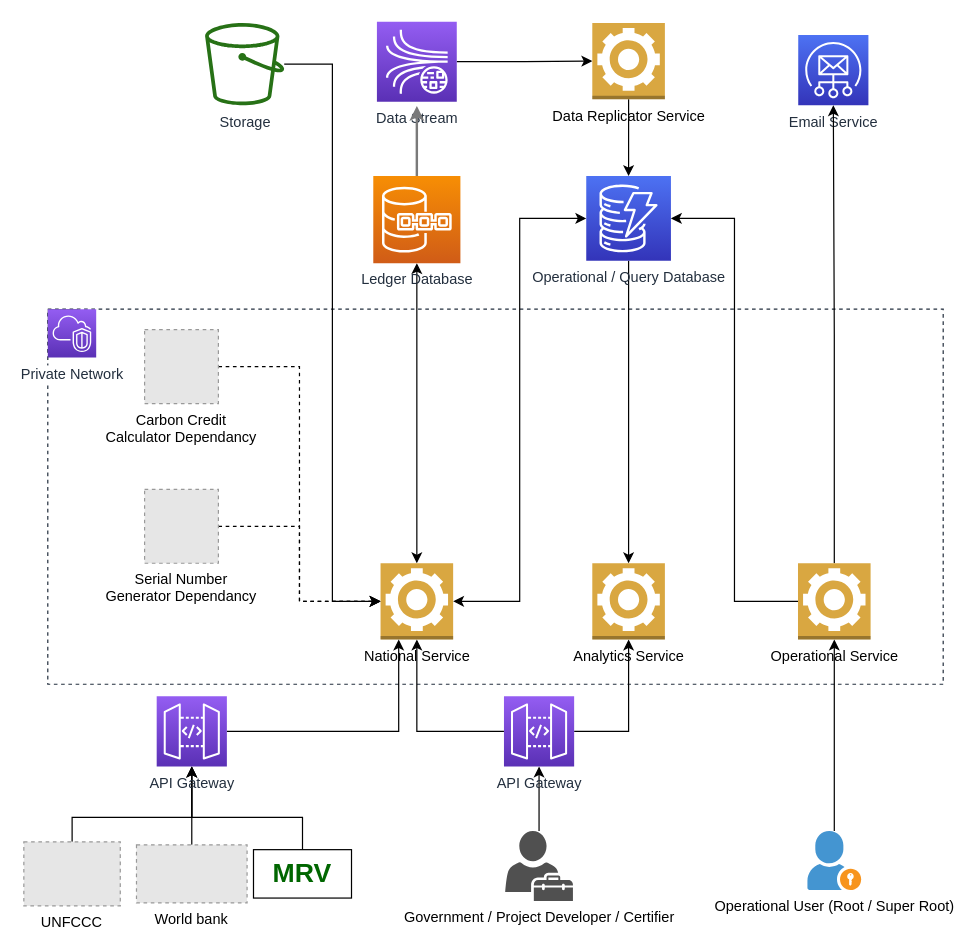
Earlier version of the draw.io diagram page "System Architecture" (1 of 2) of documention/Carbon Registry Architecture.drawio (undp/carbon-registry). Source tidied: cells renumbered, new cells numbered last; positions are measured from the earlier drawing's top-left corner, leaving out a move shared by most shapes. Both pictures are drawn from the tidied source at 121%, with x=0, y=0 at pixel (23, 21). Pictures stored in the file or linked from it are replaced by grey dashed boxes.
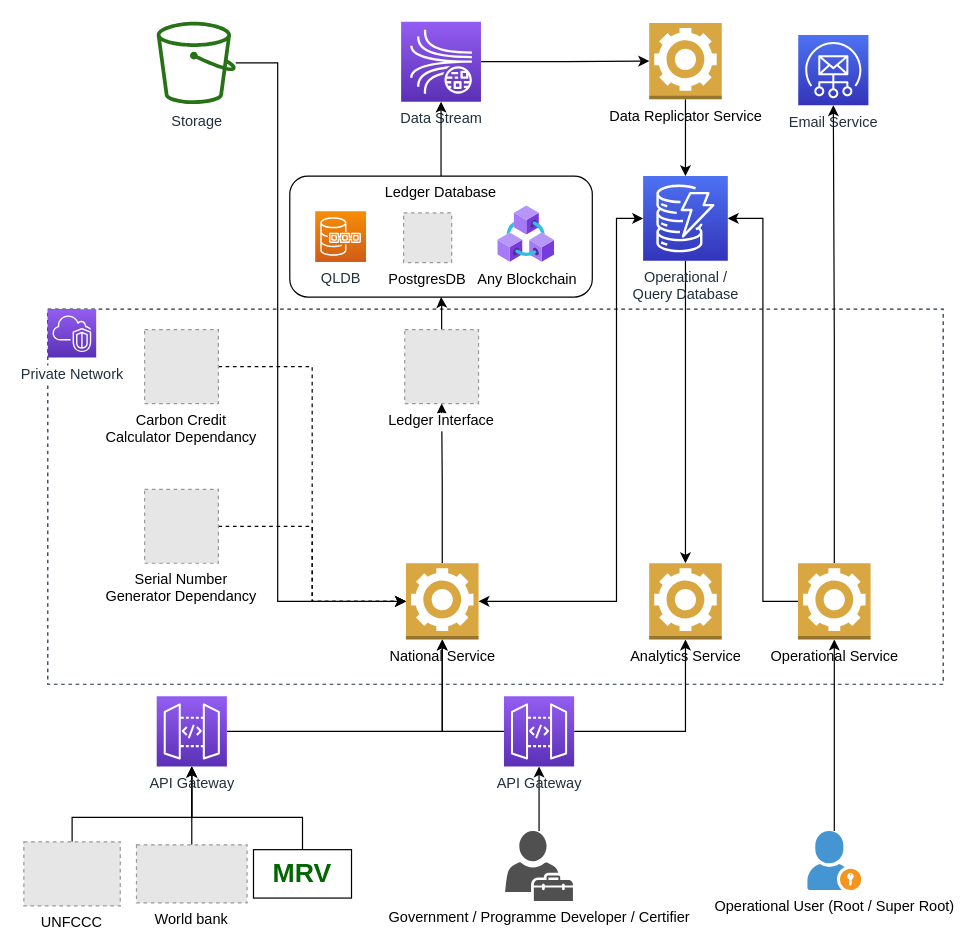
After the change.

The change refers to these unchanged cells:
```xml
<mxCell id="40" value="API Gateway" style="sketch=0;points=[[0,0,0],[0.25,0,0],[0.5,0,0],[0.75,0,0],[1,0,0],[0,1,0],[0.25,1,0],[0.5,1,0],[0.75,1,0],[1,1,0],[0,0.25,0],[0,0.5,0],[0,0.75,0],[1,0.25,0],[1,0.5,0],[1,0.75,0]];outlineConnect=0;fontColor=#232F3E;gradientColor=#945DF2;gradientDirection=north;fillColor=#5A30B5;strokeColor=#ffffff;dashed=0;verticalLabelPosition=bottom;verticalAlign=top;align=center;html=1;fontSize=12;fontStyle=0;shape=mxgraph.aws4.resourceIcon;resIcon=mxgraph.aws4.api_gateway;" parent="1" vertex="1">
  <mxGeometry x="110" y="558" width="58" height="58" as="geometry" />
</mxCell>
```

What changed in the source:
```diff
@@
+    <mxCell id="41" value="Ledger Database" style="rounded=1;whiteSpace=wrap;html=1;verticalAlign=top;" parent="1" vertex="1">
+      <mxGeometry x="220" y="128" width="250" height="100" as="geometry" />
+    </mxCell>
@@
     <mxCell id="4" value="Data Stream" style="sketch=0;points=[[0,0,0],[0.25,0,0],[0.5,0,0],[0.75,0,0],[1,0,0],[0,1,0],[0.25,1,0],[0.5,1,0],[0.75,1,0],[1,1,0],[0,0.25,0],[0,0.5,0],[0,0.75,0],[1,0.25,0],[1,0.5,0],[1,0.75,0]];outlineConnect=0;fontColor=#232F3E;gradientColor=#945DF2;gradientDirection=north;fillColor=#5A30B5;strokeColor=#ffffff;dashed=0;verticalLabelPosition=bottom;verticalAlign=top;align=center;html=1;fontSize=12;fontStyle=0;shape=mxgraph.aws4.resourceIcon;resIcon=mxgraph.aws4.kinesis_data_streams;strokeWidth=1;" parent="1" vertex="1">
-      <mxGeometry x="292" y="0.5" width="66" height="66" as="geometry" />
+      <mxGeometry x="312" y="0.5" width="66" height="66" as="geometry" />
     </mxCell>
-    <mxCell id="5" style="edgeStyle=orthogonalEdgeStyle;rounded=0;jettySize=auto;html=1;strokeColor=#7A7A7A;strokeWidth=2;" parent="1" edge="1" source="7">
-      <mxGeometry relative="1" as="geometry">
-        <mxPoint x="325" y="70" as="targetPoint" />
-      </mxGeometry>
-    </mxCell>
-    <mxCell id="6" style="edgeStyle=orthogonalEdgeStyle;rounded=0;jettySize=auto;html=1;entryX=0.5;entryY=0;entryDx=0;entryDy=0;entryPerimeter=0;fontColor=#9AC7BF;startArrow=classic;startFill=1;" parent="1" edge="1" source="7" target="32">
-      <mxGeometry relative="1" as="geometry" />
-    </mxCell>
-    <mxCell id="7" value="Ledger Database" style="sketch=0;points=[[0,0,0],[0.25,0,0],[0.5,0,0],[0.75,0,0],[1,0,0],[0,1,0],[0.25,1,0],[0.5,1,0],[0.75,1,0],[1,1,0],[0,0.25,0],[0,0.5,0],[0,0.75,0],[1,0.25,0],[1,0.5,0],[1,0.75,0]];outlineConnect=0;fontColor=#232F3E;gradientColor=#F78E04;gradientDirection=north;fillColor=#D05C17;strokeColor=#ffffff;dashed=0;verticalLabelPosition=bottom;verticalAlign=top;align=center;html=1;fontSize=12;fontStyle=0;shape=mxgraph.aws4.resourceIcon;resIcon=mxgraph.aws4.quantum_ledger_database;" parent="1" vertex="1">
-      <mxGeometry x="289" y="128" width="72" height="72" as="geometry" />
+    <mxCell id="7" value="QLDB" style="sketch=0;points=[[0,0,0],[0.25,0,0],[0.5,0,0],[0.75,0,0],[1,0,0],[0,1,0],[0.25,1,0],[0.5,1,0],[0.75,1,0],[1,1,0],[0,0.25,0],[0,0.5,0],[0,0.75,0],[1,0.25,0],[1,0.5,0],[1,0.75,0]];outlineConnect=0;fontColor=#232F3E;gradientColor=#F78E04;gradientDirection=north;fillColor=#D05C17;strokeColor=#ffffff;dashed=0;verticalLabelPosition=bottom;verticalAlign=top;align=center;html=1;fontSize=12;fontStyle=0;shape=mxgraph.aws4.resourceIcon;resIcon=mxgraph.aws4.quantum_ledger_database;" parent="1" vertex="1">
+      <mxGeometry x="241" y="157" width="42" height="42" as="geometry" />
     </mxCell>
     <mxCell id="8" style="edgeStyle=orthogonalEdgeStyle;rounded=0;jettySize=auto;html=1;entryX=0;entryY=0.5;entryDx=0;entryDy=0;entryPerimeter=0;fontColor=#9AC7BF;" parent="1" edge="1" source="9" target="32">
-      <mxGeometry relative="1" as="geometry" />
+      <mxGeometry relative="1" as="geometry">
+        <Array as="points">
+          <mxPoint x="210" y="480" />
+        </Array>
+      </mxGeometry>
     </mxCell>
     <mxCell id="9" value="Storage" style="outlineConnect=0;fontColor=#232F3E;gradientColor=none;fillColor=#277116;strokeColor=none;dashed=0;verticalLabelPosition=bottom;verticalAlign=top;align=center;html=1;fontSize=12;fontStyle=0;shape=mxgraph.aws4.bucket;labelBackgroundColor=#ffffff;" parent="1" vertex="1">
-      <mxGeometry x="150" y="1.5" width="65.4" height="68" as="geometry" />
+      <mxGeometry x="110" y="0.5" width="65.4" height="68" as="geometry" />
     </mxCell>
@@
     <mxCell id="11" style="edgeStyle=orthogonalEdgeStyle;rounded=0;jettySize=auto;html=1;entryX=1;entryY=0.5;entryDx=0;entryDy=0;entryPerimeter=0;fontColor=#9AC7BF;startArrow=classic;startFill=1;" parent="1" edge="1" source="12" target="32">
-      <mxGeometry relative="1" as="geometry" />
+      <mxGeometry relative="1" as="geometry">
+        <Array as="points">
+          <mxPoint x="490" y="163" />
+          <mxPoint x="490" y="480" />
+        </Array>
+      </mxGeometry>
     </mxCell>
-    <mxCell id="12" value="Operational / Query Database" style="sketch=0;points=[[0,0,0],[0.25,0,0],[0.5,0,0],[0.75,0,0],[1,0,0],[0,1,0],[0.25,1,0],[0.5,1,0],[0.75,1,0],[1,1,0],[0,0.25,0],[0,0.5,0],[0,0.75,0],[1,0.25,0],[1,0.5,0],[1,0.75,0]];outlineConnect=0;fontColor=#232F3E;gradientColor=#4D72F3;gradientDirection=north;fillColor=#3334B9;strokeColor=#ffffff;dashed=0;verticalLabelPosition=bottom;verticalAlign=top;align=center;html=1;fontSize=12;fontStyle=0;shape=mxgraph.aws4.resourceIcon;resIcon=mxgraph.aws4.dynamodb;strokeWidth=1;" parent="1" vertex="1">
-      <mxGeometry x="465" y="128" width="70" height="70" as="geometry" />
+    <mxCell id="12" value="Operational / &lt;br&gt;Query Database" style="sketch=0;points=[[0,0,0],[0.25,0,0],[0.5,0,0],[0.75,0,0],[1,0,0],[0,1,0],[0.25,1,0],[0.5,1,0],[0.75,1,0],[1,1,0],[0,0.25,0],[0,0.5,0],[0,0.75,0],[1,0.25,0],[1,0.5,0],[1,0.75,0]];outlineConnect=0;fontColor=#232F3E;gradientColor=#4D72F3;gradientDirection=north;fillColor=#3334B9;strokeColor=#ffffff;dashed=0;verticalLabelPosition=bottom;verticalAlign=top;align=center;html=1;fontSize=12;fontStyle=0;shape=mxgraph.aws4.resourceIcon;resIcon=mxgraph.aws4.dynamodb;strokeWidth=1;" parent="1" vertex="1">
+      <mxGeometry x="512" y="128" width="70" height="70" as="geometry" />
     </mxCell>
@@
-    <mxCell id="14" value="Government / Project Developer / Certifier" style="sketch=0;shadow=0;dashed=0;html=1;strokeColor=none;fillColor=#505050;labelPosition=center;verticalLabelPosition=bottom;verticalAlign=top;outlineConnect=0;align=center;shape=mxgraph.office.users.tenant_admin;strokeWidth=1;" parent="1" vertex="1">
+    <mxCell id="14" value="Government / Programme Developer / Certifier" style="sketch=0;shadow=0;dashed=0;html=1;strokeColor=none;fillColor=#505050;labelPosition=center;verticalLabelPosition=bottom;verticalAlign=top;outlineConnect=0;align=center;shape=mxgraph.office.users.tenant_admin;strokeWidth=1;" parent="1" vertex="1">
       <mxGeometry x="398" y="669.2" width="56" height="58" as="geometry" />
     </mxCell>
@@
     <mxCell id="26" value="Data Replicator Service" style="outlineConnect=0;dashed=0;verticalLabelPosition=bottom;verticalAlign=top;align=center;html=1;shape=mxgraph.aws3.worker;fillColor=#D9A741;gradientColor=none;" parent="1" vertex="1">
-      <mxGeometry x="470" y="1.5" width="60" height="63" as="geometry" />
+      <mxGeometry x="517" y="1.5" width="60" height="63" as="geometry" />
     </mxCell>
@@
+    <mxCell id="42" style="edgeStyle=orthogonalEdgeStyle;rounded=0;jettySize=auto;html=1;startArrow=none;startFill=0;" parent="1" edge="1" source="32" target="44">
+      <mxGeometry relative="1" as="geometry" />
+    </mxCell>
     <mxCell id="32" value="National Service" style="outlineConnect=0;dashed=0;verticalLabelPosition=bottom;verticalAlign=top;align=center;html=1;shape=mxgraph.aws3.worker;fillColor=#D9A741;gradientColor=none;" parent="1" vertex="1">
-      <mxGeometry x="295" y="448" width="60" height="63" as="geometry" />
+      <mxGeometry x="316" y="448" width="60" height="63" as="geometry" />
     </mxCell>
     <mxCell id="33" value="Analytics Service" style="outlineConnect=0;dashed=0;verticalLabelPosition=bottom;verticalAlign=top;align=center;html=1;shape=mxgraph.aws3.worker;fillColor=#D9A741;gradientColor=none;" parent="1" vertex="1">
-      <mxGeometry x="470" y="448" width="60" height="63" as="geometry" />
+      <mxGeometry x="517" y="448" width="60" height="63" as="geometry" />
     </mxCell>
@@
     <mxCell id="39" style="edgeStyle=orthogonalEdgeStyle;rounded=0;jettySize=auto;html=1;fontSize=22;fontColor=#006600;startArrow=none;startFill=0;" parent="1" edge="1" source="40" target="32">
       <mxGeometry relative="1" as="geometry">
         <Array as="points">
-          <mxPoint x="310" y="587" />
+          <mxPoint x="346" y="587" />
         </Array>
       </mxGeometry>
     </mxCell>
@@
+    <mxCell id="43" style="edgeStyle=orthogonalEdgeStyle;rounded=0;jettySize=auto;html=1;entryX=0.5;entryY=1;entryDx=0;entryDy=0;" parent="1" edge="1" source="44" target="41">
+      <mxGeometry relative="1" as="geometry" />
+    </mxCell>
+    <mxCell id="44" value="Ledger Interface" style="fillColor=#E6E6E6;strokeColor=#999999;dashed=1;verticalLabelPosition=bottom;labelBackgroundColor=default;verticalAlign=top;" parent="1" vertex="1">
+      <mxGeometry x="315" y="255" width="61" height="61" as="geometry" />
+    </mxCell>
+    <mxCell id="45" style="edgeStyle=orthogonalEdgeStyle;rounded=0;jettySize=auto;html=1;" parent="1" edge="1" source="41" target="4">
+      <mxGeometry relative="1" as="geometry" />
+    </mxCell>
+    <mxCell id="46" value="Any Blockchain" style="html=1;align=center;image;fontSize=12;image=img/lib/azure2/blockchain/Azure_Blockchain_Service.svg;" parent="1" vertex="1">
+      <mxGeometry x="392" y="152.5" width="47" height="47" as="geometry" />
+    </mxCell>
+    <mxCell id="47" value="PostgresDB" style="fillColor=#E6E6E6;strokeColor=#999999;dashed=1;verticalLabelPosition=bottom;labelBackgroundColor=default;verticalAlign=top;" parent="1" vertex="1">
+      <mxGeometry x="314.1" y="158.5" width="39.7" height="41" as="geometry" />
+    </mxCell>
```
